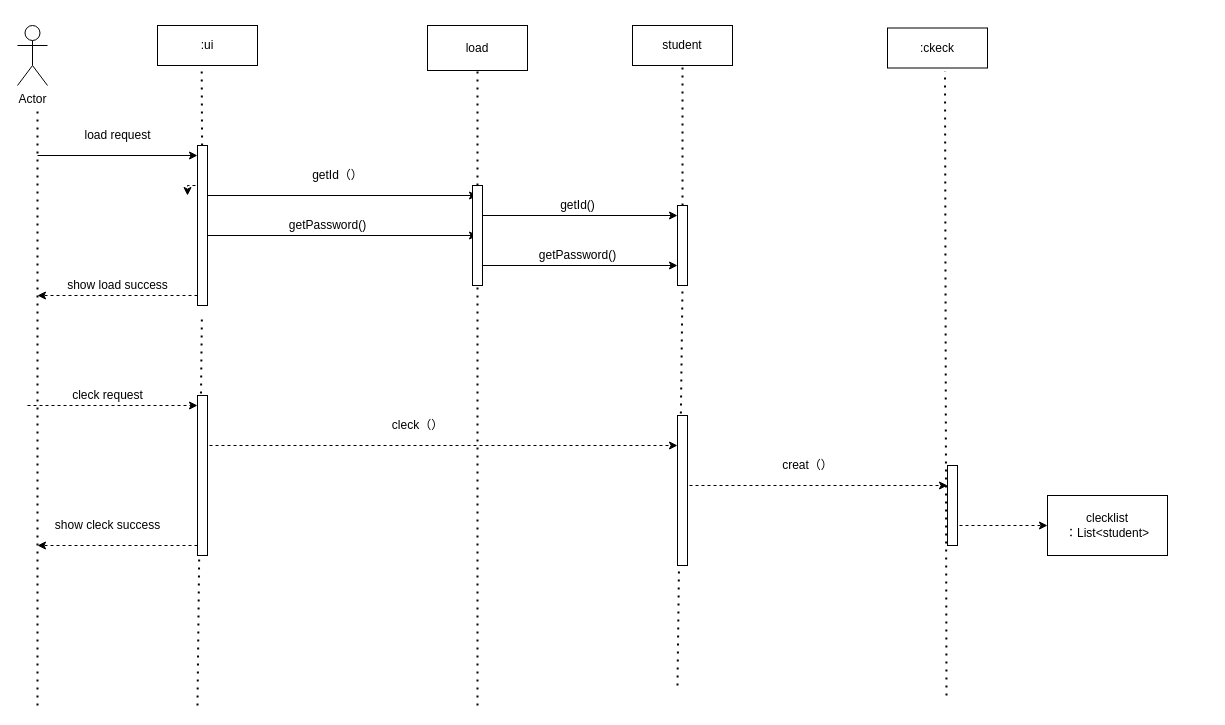
Before: 顺序图.drawio in a26680533/idcardgenerator, a draw.io diagram. Source tidied: cells renumbered, new cells numbered last; positions are measured from the earlier drawing's top-left corner, leaving out a move shared by most shapes. Both pictures are drawn from the tidied source at 100%, with x=0, y=0 at pixel (17, 25).
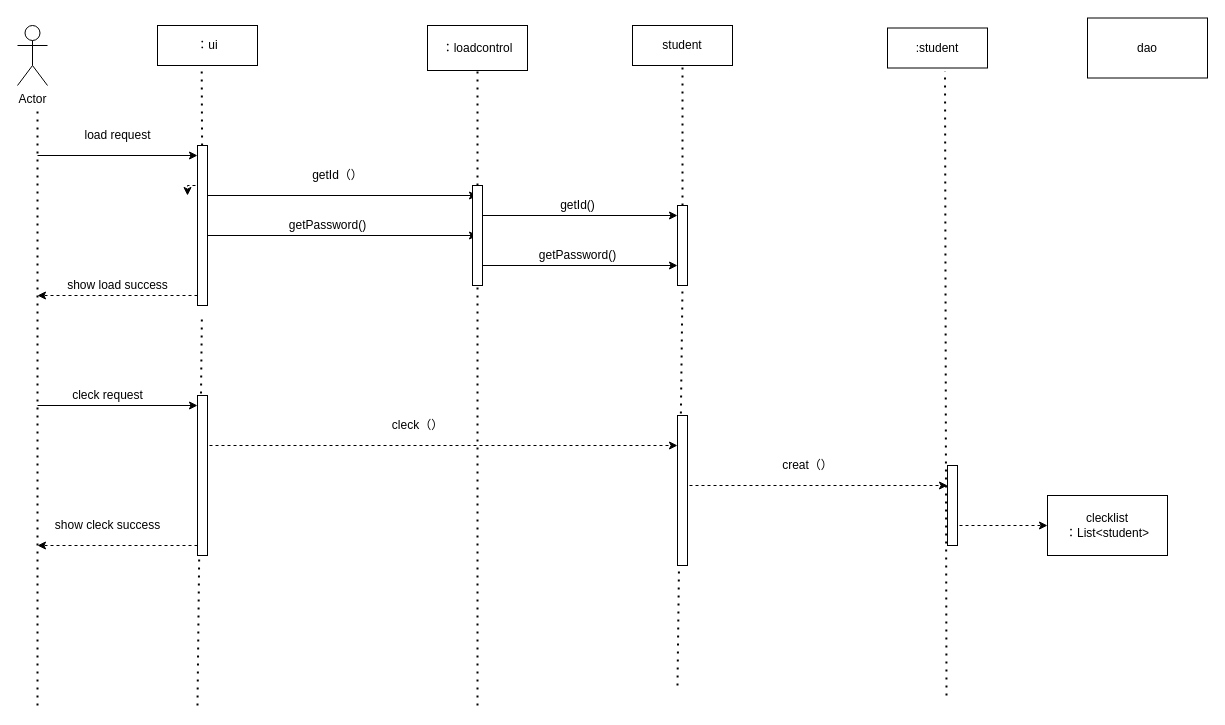
The same diagram, later.

What changed in the source:
```diff
@@
-    <mxCell id="3" value=":ui" style="rounded=0;whiteSpace=wrap;html=1;" parent="1" vertex="1">
+    <mxCell id="3" value="：ui" style="rounded=0;whiteSpace=wrap;html=1;" parent="1" vertex="1">
       <mxGeometry x="140" width="100" height="40" as="geometry" />
     </mxCell>
-    <mxCell id="4" value="load" style="rounded=0;whiteSpace=wrap;html=1;" parent="1" vertex="1">
+    <mxCell id="4" value="：loadcontrol" style="rounded=0;whiteSpace=wrap;html=1;" parent="1" vertex="1">
       <mxGeometry x="410" width="100" height="45" as="geometry" />
     </mxCell>
@@
-    <mxCell id="6" value=":ckeck" style="rounded=0;whiteSpace=wrap;html=1;" parent="1" vertex="1">
+    <mxCell id="6" value=":student" style="rounded=0;whiteSpace=wrap;html=1;" parent="1" vertex="1">
       <mxGeometry x="870" y="2.5" width="100" height="40" as="geometry" />
     </mxCell>
@@
-    <mxCell id="24" style="endArrow=classic;html=1;dashed=1;" parent="1" edge="1">
+    <mxCell id="24" style="endArrow=classic;html=1;" parent="1" edge="1">
       <mxGeometry relative="1" as="geometry">
-        <mxPoint x="10" y="380" as="sourcePoint" />
+        <mxPoint x="20" y="380" as="sourcePoint" />
         <mxPoint x="180" y="380" as="targetPoint" />
       </mxGeometry>
     </mxCell>
@@
+    <mxCell id="44" value="dao" style="rounded=0;whiteSpace=wrap;html=1;" parent="1" vertex="1">
+      <mxGeometry x="1070" y="-7.5" width="120" height="60" as="geometry" />
+    </mxCell>
```
